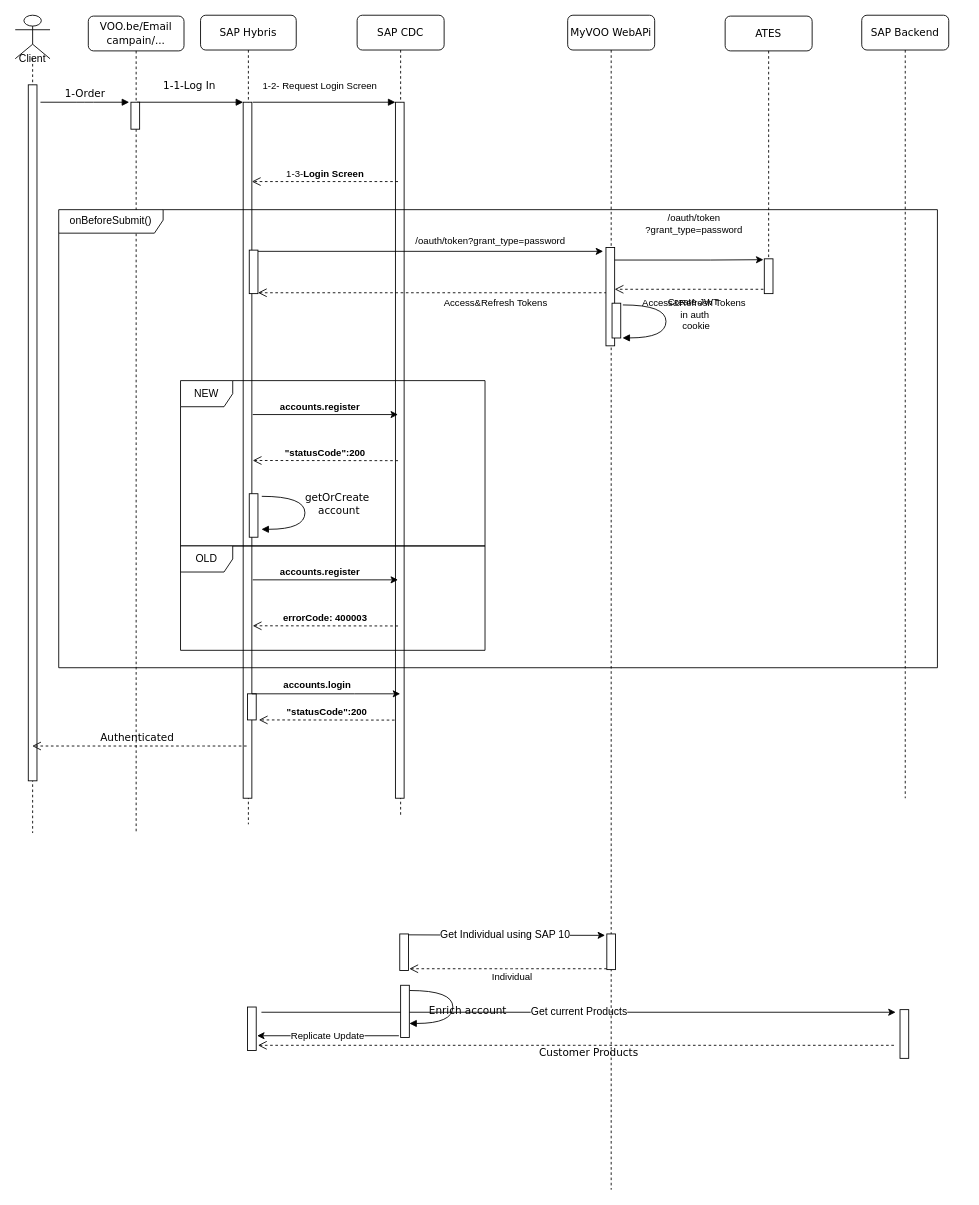
The draw.io diagram SignIn_from_cdc.drawio in MudBloodArchitekt/draw.io, before the edit. Source tidied: cells renumbered, new cells numbered last; positions are measured from the earlier drawing's top-left corner, leaving out a move shared by most shapes. Both pictures are drawn from the tidied source at 87%, with x=0, y=0 at pixel (15, 15).
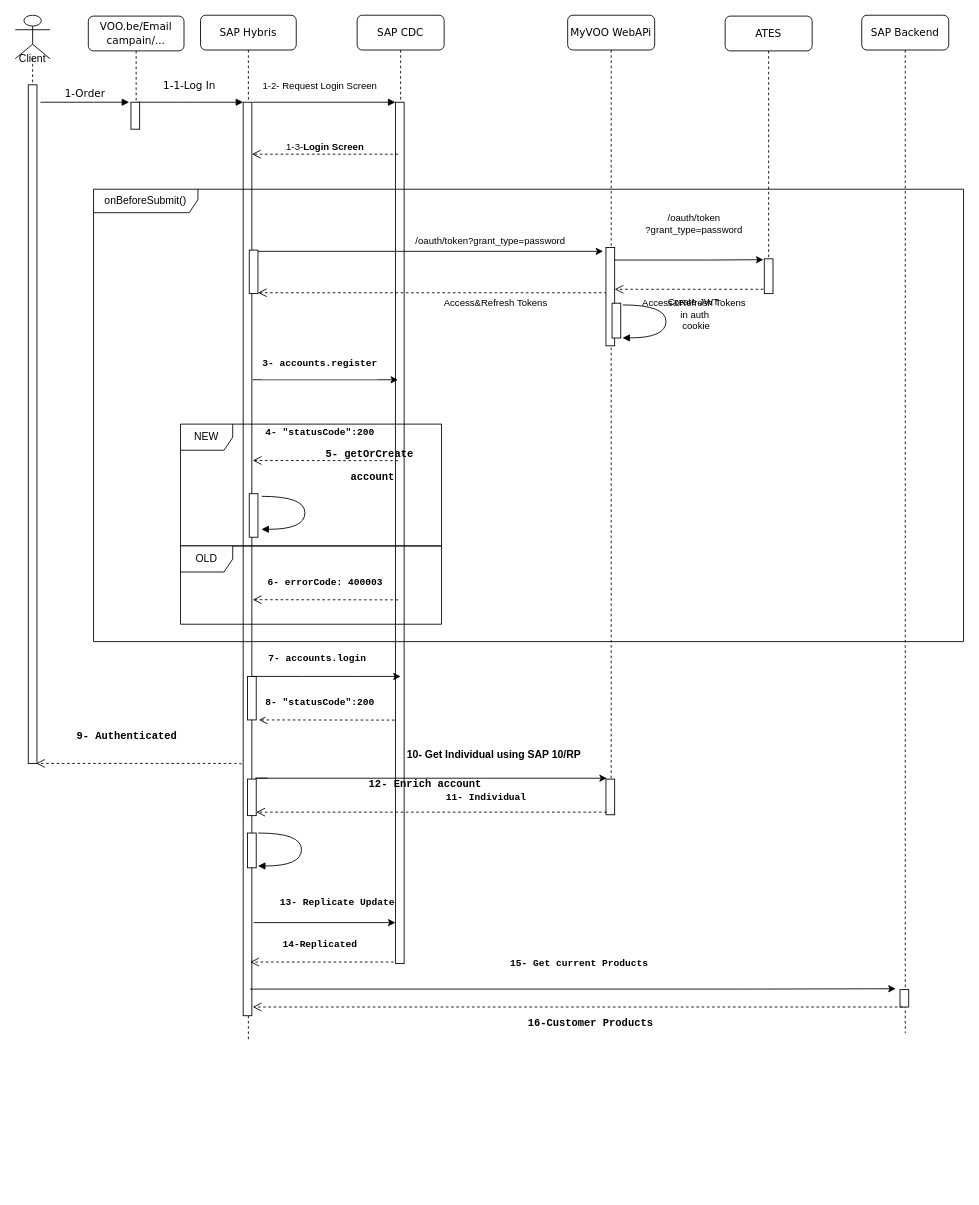
Above is the later version.

Change to the diagram source:
```diff
@@
     <mxCell id="2" value="SAP Hybris" style="shape=umlLifeline;perimeter=lifelinePerimeter;whiteSpace=wrap;html=1;rounded=1;shadow=0;comic=0;labelBackgroundColor=none;strokeWidth=1;fontFamily=Verdana;fontSize=12;align=center;" parent="1" vertex="1">
-      <mxGeometry x="213" width="110" height="930" as="geometry" />
+      <mxGeometry x="213" width="110" height="1180" as="geometry" />
     </mxCell>
     <mxCell id="3" style="html=1;points=[];perimeter=orthogonalPerimeter;rounded=0;shadow=0;comic=0;labelBackgroundColor=none;strokeWidth=1;fontFamily=Verdana;fontSize=12;align=center;" parent="2" vertex="1">
-      <mxGeometry x="49" y="100" width="10" height="800" as="geometry" />
+      <mxGeometry x="49" y="100" width="10" height="1050" as="geometry" />
     </mxCell>
-    <mxCell id="4" style="html=1;perimeter=orthogonalPerimeter;rounded=0;shadow=0;comic=0;labelBackgroundColor=none;strokeWidth=1;fontFamily=Verdana;fontSize=12;align=center;" parent="2" vertex="1">
-      <mxGeometry x="54" y="1140" width="10" height="50" as="geometry" />
-    </mxCell>
     <mxCell id="5" style="html=1;perimeter=orthogonalPerimeter;" parent="2" vertex="1">
-      <mxGeometry x="54" y="780" width="10" height="30" as="geometry" />
+      <mxGeometry x="54" y="760" width="10" height="50" as="geometry" />
     </mxCell>
+    <mxCell id="27" style="html=1;points=[];perimeter=orthogonalPerimeter;rounded=0;shadow=0;comic=0;labelBackgroundColor=none;strokeWidth=1;fontFamily=Verdana;fontSize=12;align=center;" parent="2" vertex="1">
+      <mxGeometry x="54" y="878" width="10" height="42" as="geometry" />
+    </mxCell>
+    <mxCell id="32" style="html=1;perimeter=orthogonalPerimeter;rounded=0;shadow=0;comic=0;labelBackgroundColor=none;strokeWidth=1;fontFamily=Verdana;fontSize=12;align=center;" parent="2" vertex="1">
+      <mxGeometry x="54" y="940" width="10" height="40" as="geometry" />
+    </mxCell>
     <mxCell id="6" value="SAP CDC" style="shape=umlLifeline;perimeter=lifelinePerimeter;whiteSpace=wrap;html=1;rounded=1;shadow=0;comic=0;labelBackgroundColor=none;strokeWidth=1;fontFamily=Verdana;fontSize=12;align=center;" parent="1" vertex="1">
-      <mxGeometry x="393" width="100" height="920" as="geometry" />
+      <mxGeometry x="393" width="100" height="1090" as="geometry" />
     </mxCell>
     <mxCell id="7" style="html=1;points=[];perimeter=orthogonalPerimeter;" parent="6" vertex="1">
-      <mxGeometry x="44" y="100" width="10" height="800" as="geometry" />
+      <mxGeometry x="44" y="100" width="10" height="990" as="geometry" />
     </mxCell>
@@
     <mxCell id="11" value="Client" style="shape=umlLifeline;participant=umlActor;perimeter=lifelinePerimeter;whiteSpace=wrap;html=1;verticalAlign=top;spacingTop=36;size=50;" parent="1" vertex="1">
-      <mxGeometry width="40" height="940" as="geometry" />
+      <mxGeometry width="40" height="860" as="geometry" />
     </mxCell>
     <mxCell id="12" style="html=1;perimeter=orthogonalPerimeter;" parent="11" vertex="1">
-      <mxGeometry x="15" y="80" width="10" height="800" as="geometry" />
+      <mxGeometry x="15" y="80" width="10" height="780" as="geometry" />
     </mxCell>
@@
     <mxCell id="16" value="SAP Backend" style="shape=umlLifeline;perimeter=lifelinePerimeter;whiteSpace=wrap;html=1;rounded=1;shadow=0;comic=0;labelBackgroundColor=none;strokeWidth=1;fontFamily=Verdana;fontSize=12;align=center;gradientColor=#ffffff;" parent="1" vertex="1">
-      <mxGeometry x="973" width="100" height="900" as="geometry" />
+      <mxGeometry x="973" width="100" height="1170" as="geometry" />
     </mxCell>
     <mxCell id="17" style="html=1;points=[];perimeter=orthogonalPerimeter;rounded=0;shadow=0;comic=0;labelBackgroundColor=none;strokeWidth=1;fontFamily=Verdana;fontSize=12;align=center;" parent="1" vertex="1">
-      <mxGeometry x="1017" y="1143" width="10" height="56" as="geometry" />
+      <mxGeometry x="1017" y="1120" width="10" height="20" as="geometry" />
     </mxCell>
-    <mxCell id="18" value="Get current Products" style="edgeStyle=orthogonalEdgeStyle;rounded=0;orthogonalLoop=1;jettySize=auto;html=1;fontSize=12;" parent="1" edge="1">
-      <mxGeometry relative="1" as="geometry">
-        <mxPoint x="283" y="1146" as="sourcePoint" />
-        <mxPoint x="1012" y="1146" as="targetPoint" />
+    <mxCell id="18" value="&lt;pre&gt;&lt;font style=&quot;font-size: 11px&quot;&gt;&lt;b&gt;15- Get current Products&lt;/b&gt;&lt;/font&gt;&lt;/pre&gt;" style="edgeStyle=orthogonalEdgeStyle;rounded=0;orthogonalLoop=1;jettySize=auto;html=1;fontSize=12;exitX=0.8;exitY=0.949;exitDx=0;exitDy=0;exitPerimeter=0;" parent="1" edge="1">
+      <mxGeometry x="0.02" y="29" relative="1" as="geometry">
+        <mxPoint x="270" y="1119.4" as="sourcePoint" />
+        <mxPoint x="1012" y="1119" as="targetPoint" />
+        <Array as="points">
+          <mxPoint x="830" y="1119" />
+          <mxPoint x="830" y="1119" />
+        </Array>
       </mxGeometry>
     </mxCell>
-    <mxCell id="19" value="Customer Products" style="html=1;verticalAlign=bottom;endArrow=open;dashed=1;endSize=8;labelBackgroundColor=none;fontFamily=Verdana;fontSize=12;edgeStyle=elbowEdgeStyle;elbow=vertical;" parent="1" edge="1">
-      <mxGeometry x="-0.04" y="18" relative="1" as="geometry">
-        <mxPoint x="1010" y="1184" as="sourcePoint" />
-        <mxPoint x="279" y="1184" as="targetPoint" />
-      </mxGeometry>
+    <mxCell id="19" value="&lt;pre&gt;&lt;b&gt;&lt;font face=&quot;Courier New&quot;&gt;16-Customer Products&lt;/font&gt;&lt;/b&gt;&lt;/pre&gt;" style="html=1;verticalAlign=bottom;endArrow=open;dashed=1;endSize=8;labelBackgroundColor=none;fontFamily=Verdana;fontSize=12;edgeStyle=elbowEdgeStyle;elbow=vertical;exitX=0.3;exitY=1;exitDx=0;exitDy=0;exitPerimeter=0;entryX=1.1;entryY=0.99;entryDx=0;entryDy=0;entryPerimeter=0;" parent="1" edge="1" source="17" target="3">
+      <mxGeometry x="-0.04" y="40" relative="1" as="geometry" />
     </mxCell>
     <mxCell id="20" value="MyVOO WebAPi" style="shape=umlLifeline;perimeter=lifelinePerimeter;whiteSpace=wrap;html=1;rounded=1;shadow=0;comic=0;labelBackgroundColor=none;strokeWidth=1;fontFamily=Verdana;fontSize=12;align=center;gradientColor=#ffffff;" parent="1" vertex="1">
-      <mxGeometry x="635" width="100" height="1350" as="geometry" />
+      <mxGeometry x="635" width="100" height="920" as="geometry" />
     </mxCell>
     <mxCell id="21" style="html=1;points=[];perimeter=orthogonalPerimeter;rounded=0;shadow=0;comic=0;labelBackgroundColor=none;strokeWidth=1;fontFamily=Verdana;fontSize=12;align=center;" parent="20" vertex="1">
-      <mxGeometry x="45" y="1056" width="10" height="41" as="geometry" />
+      <mxGeometry x="44" y="878" width="10" height="41" as="geometry" />
     </mxCell>
     <mxCell id="22" style="edgeStyle=orthogonalEdgeStyle;rounded=0;orthogonalLoop=1;jettySize=auto;html=1;" parent="1" edge="1">
       <mxGeometry relative="1" as="geometry">
-        <mxPoint x="273" y="459" as="sourcePoint" />
-        <mxPoint x="440" y="459" as="targetPoint" />
+        <mxPoint x="273" y="419" as="sourcePoint" />
+        <mxPoint x="440" y="419" as="targetPoint" />
       </mxGeometry>
     </mxCell>
-    <mxCell id="23" value="&lt;b&gt;accounts.register&lt;/b&gt;" style="edgeLabel;html=1;align=center;verticalAlign=middle;" parent="22" vertex="1">
+    <mxCell id="23" value="&lt;pre&gt;&lt;b&gt;3- accounts.register&lt;/b&gt;&lt;/pre&gt;" style="edgeLabel;html=1;align=center;verticalAlign=middle;" parent="22" vertex="1">
       <mxGeometry x="-0.25" y="2" relative="1" as="geometry">
-        <mxPoint x="13" y="-8" as="offset" />
+        <mxPoint x="13" y="-17" as="offset" />
       </mxGeometry>
     </mxCell>
@@
-    <mxCell id="25" value="getOrCreate&lt;br&gt;&amp;nbsp;account" style="html=1;verticalAlign=bottom;endArrow=block;labelBackgroundColor=none;fontFamily=Verdana;fontSize=12;elbow=vertical;edgeStyle=orthogonalEdgeStyle;curved=1;entryX=1;entryY=0.286;entryPerimeter=0;" parent="1" edge="1">
-      <mxGeometry x="0.11" y="37" relative="1" as="geometry">
+    <mxCell id="25" value="&lt;pre&gt;&lt;b&gt;5- getOrCreate&lt;/b&gt;&lt;/pre&gt;&lt;pre&gt;&lt;b&gt;&amp;nbsp;account&lt;/b&gt;&lt;/pre&gt;" style="html=1;verticalAlign=bottom;endArrow=block;labelBackgroundColor=none;fontFamily=Verdana;fontSize=12;elbow=vertical;edgeStyle=orthogonalEdgeStyle;curved=1;entryX=1;entryY=0.286;entryPerimeter=0;" parent="1" edge="1">
+      <mxGeometry x="0.27" y="37" relative="1" as="geometry">
         <mxPoint x="283.4" y="553" as="sourcePoint" />
         <mxPoint x="283" y="590.9" as="targetPoint" />
         <Array as="points">
           <mxPoint x="333" y="552.9" />
           <mxPoint x="333" y="590.9" />
         </Array>
+        <mxPoint x="37" y="-37" as="offset" />
       </mxGeometry>
     </mxCell>
-    <mxCell id="26" value="Get Individual using SAP 10" style="edgeStyle=orthogonalEdgeStyle;rounded=0;jettySize=auto;html=1;fontSize=12;entryX=-0.2;entryY=0.039;entryDx=0;entryDy=0;entryPerimeter=0;" parent="1" edge="1" target="21">
-      <mxGeometry relative="1" as="geometry">
-        <mxPoint x="447" y="1057" as="sourcePoint" />
+    <mxCell id="26" value="&lt;pre&gt;&lt;font face=&quot;Helvetica&quot;&gt;&lt;b&gt;10- Get Individual using SAP 10/RP&lt;/b&gt;&lt;/font&gt;&lt;/pre&gt;" style="edgeStyle=orthogonalEdgeStyle;rounded=0;orthogonalLoop=1;jettySize=auto;html=1;fontSize=12;" parent="1" edge="1">
+      <mxGeometry x="0.38" y="27" relative="1" as="geometry">
+        <mxPoint x="290" y="877" as="sourcePoint" />
+        <mxPoint x="680" y="877" as="targetPoint" />
+        <Array as="points">
+          <mxPoint x="276" y="877" />
+        </Array>
       </mxGeometry>
     </mxCell>
-    <mxCell id="27" style="html=1;points=[];perimeter=orthogonalPerimeter;rounded=0;shadow=0;comic=0;labelBackgroundColor=none;strokeWidth=1;fontFamily=Verdana;fontSize=12;align=center;" parent="1" vertex="1">
-      <mxGeometry x="442" y="1056" width="10" height="42" as="geometry" />
-    </mxCell>
-    <mxCell id="28" value="Individual" style="html=1;verticalAlign=bottom;endArrow=open;dashed=1;endSize=8;labelBackgroundColor=none;fontFamily=Helvetica;fontSize=11;edgeStyle=elbowEdgeStyle;elbow=vertical;" parent="1" edge="1">
-      <mxGeometry x="-0.04" y="18" relative="1" as="geometry">
-        <mxPoint x="680" y="1096" as="sourcePoint" />
-        <mxPoint x="453" y="1096" as="targetPoint" />
+    <mxCell id="28" value="&lt;pre&gt;&lt;b&gt;11- Individual&lt;/b&gt;&lt;/pre&gt;" style="html=1;verticalAlign=bottom;endArrow=open;dashed=1;endSize=8;labelBackgroundColor=none;fontFamily=Helvetica;fontSize=11;edgeStyle=elbowEdgeStyle;elbow=vertical;" parent="1" edge="1" target="27">
+      <mxGeometry x="-0.31" y="4" relative="1" as="geometry">
+        <mxPoint x="680" y="916" as="sourcePoint" />
       </mxGeometry>
     </mxCell>
     <mxCell id="29" value="VOO.be/Email campain/..." style="shape=umlLifeline;perimeter=lifelinePerimeter;whiteSpace=wrap;html=1;rounded=1;shadow=0;comic=0;labelBackgroundColor=none;strokeWidth=1;fontFamily=Verdana;fontSize=12;align=center;" parent="1" vertex="1">
-      <mxGeometry x="84" y="1" width="110" height="939" as="geometry" />
+      <mxGeometry x="84" y="1" width="110" height="129" as="geometry" />
     </mxCell>
@@
-    <mxCell id="32" style="html=1;perimeter=orthogonalPerimeter;rounded=0;shadow=0;comic=0;labelBackgroundColor=none;strokeWidth=1;fontFamily=Verdana;fontSize=12;align=center;" parent="1" vertex="1">
-      <mxGeometry x="443" y="1115" width="10" height="60" as="geometry" />
-    </mxCell>
-    <mxCell id="33" value="Enrich account" style="html=1;verticalAlign=bottom;endArrow=block;labelBackgroundColor=none;fontFamily=Verdana;fontSize=12;elbow=vertical;edgeStyle=orthogonalEdgeStyle;curved=1;entryX=1;entryY=0.286;entryPerimeter=0;" parent="1" edge="1">
-      <mxGeometry x="0.19" y="17" relative="1" as="geometry">
-        <mxPoint x="453.4" y="1121" as="sourcePoint" />
-        <mxPoint x="453" y="1158.9" as="targetPoint" />
+    <mxCell id="33" value="&lt;pre&gt;&lt;b&gt;12- Enrich account&lt;/b&gt;&lt;/pre&gt;" style="html=1;verticalAlign=bottom;endArrow=block;labelBackgroundColor=none;fontFamily=Verdana;fontSize=12;elbow=vertical;edgeStyle=orthogonalEdgeStyle;curved=1;entryX=1;entryY=0.286;entryPerimeter=0;" parent="1" edge="1">
+      <mxGeometry x="0.27" y="71" relative="1" as="geometry">
+        <mxPoint x="279.4" y="940" as="sourcePoint" />
+        <mxPoint x="279" y="977.9" as="targetPoint" />
         <Array as="points">
-          <mxPoint x="503" y="1120.9" />
-          <mxPoint x="503" y="1158.9" />
+          <mxPoint x="329" y="940" />
+          <mxPoint x="329" y="978" />
         </Array>
+        <mxPoint x="71" y="-71" as="offset" />
       </mxGeometry>
     </mxCell>
-    <mxCell id="34" value="Replicate Update" style="edgeStyle=orthogonalEdgeStyle;rounded=0;orthogonalLoop=1;jettySize=auto;html=1;" parent="1" edge="1">
-      <mxGeometry relative="1" as="geometry">
-        <mxPoint x="441" y="1173" as="sourcePoint" />
-        <mxPoint x="278" y="1173" as="targetPoint" />
+    <mxCell id="34" value="&lt;pre&gt;&lt;b&gt;13- Replicate Update&lt;/b&gt;&lt;/pre&gt;" style="edgeStyle=orthogonalEdgeStyle;rounded=0;orthogonalLoop=1;jettySize=auto;html=1;" parent="1" edge="1">
+      <mxGeometry x="0.18" y="23" relative="1" as="geometry">
+        <mxPoint x="274" y="1043" as="sourcePoint" />
+        <mxPoint x="437" y="1043" as="targetPoint" />
       </mxGeometry>
     </mxCell>
@@
-    <mxCell id="40" value="1-3-&lt;b&gt;Login Screen&lt;/b&gt;" style="html=1;verticalAlign=bottom;endArrow=open;dashed=1;endSize=8;exitX=0.3;exitY=0.114;exitDx=0;exitDy=0;exitPerimeter=0;" parent="1" edge="1" source="7" target="3">
-      <mxGeometry relative="1" as="geometry" />
+    <mxCell id="40" value="1-3-&lt;b&gt;Login Screen&lt;/b&gt;" style="html=1;verticalAlign=bottom;endArrow=open;dashed=1;endSize=8;exitX=0.3;exitY=0.114;exitDx=0;exitDy=0;exitPerimeter=0;" parent="1" edge="1">
+      <mxGeometry relative="1" as="geometry">
+        <mxPoint x="440" y="159.7" as="sourcePoint" />
+        <mxPoint x="272" y="159.7" as="targetPoint" />
+      </mxGeometry>
     </mxCell>
@@
     <mxCell id="42" value="&lt;span lang=&quot;fr&quot;&gt;onBeforeSubmit()&lt;br&gt;&lt;/span&gt;" style="shape=umlFrame;whiteSpace=wrap;html=1;width=120;height=27;" parent="1" vertex="1">
-      <mxGeometry x="50" y="223.5" width="1010" height="526.5" as="geometry" />
+      <mxGeometry x="90" y="200" width="1000" height="520" as="geometry" />
     </mxCell>
-    <mxCell id="43" value="&lt;b&gt;&quot;statusCode&quot;:200&lt;/b&gt;" style="html=1;verticalAlign=bottom;endArrow=open;dashed=1;endSize=8;entryX=1.1;entryY=0.509;entryDx=0;entryDy=0;entryPerimeter=0;" parent="1" edge="1">
-      <mxGeometry relative="1" as="geometry">
+    <mxCell id="43" value="&lt;pre&gt;&lt;b&gt;4- &quot;statusCode&quot;:200&lt;/b&gt;&lt;/pre&gt;" style="html=1;verticalAlign=bottom;endArrow=open;dashed=1;endSize=8;entryX=1.1;entryY=0.509;entryDx=0;entryDy=0;entryPerimeter=0;" parent="1" edge="1">
+      <mxGeometry x="0.08" y="-12" relative="1" as="geometry">
         <mxPoint x="440" y="512" as="sourcePoint" />
         <mxPoint x="273" y="511.8" as="targetPoint" />
       </mxGeometry>
     </mxCell>
     <mxCell id="44" style="edgeStyle=orthogonalEdgeStyle;rounded=0;orthogonalLoop=1;jettySize=auto;html=1;" parent="1" edge="1">
       <mxGeometry relative="1" as="geometry">
-        <mxPoint x="272" y="780" as="sourcePoint" />
-        <mxPoint x="442.5" y="780" as="targetPoint" />
+        <mxPoint x="272" y="760" as="sourcePoint" />
+        <mxPoint x="443" y="760" as="targetPoint" />
         <Array as="points">
-          <mxPoint x="390" y="780" />
-          <mxPoint x="390" y="780" />
+          <mxPoint x="330" y="760" />
+          <mxPoint x="390" y="760" />
+          <mxPoint x="390" y="760" />
         </Array>
       </mxGeometry>
     </mxCell>
-    <mxCell id="45" value="&lt;b&gt;&lt;span&gt;&lt;span class=&quot;url-filename&quot;&gt;accounts.login&lt;/span&gt;&lt;/span&gt;&lt;/b&gt;" style="edgeLabel;html=1;align=center;verticalAlign=middle;" parent="1" vertex="1">
-      <mxGeometry x="349" y="830" as="geometry">
+    <mxCell id="45" value="&lt;pre&gt;&lt;b&gt;&lt;span&gt;&lt;span class=&quot;url-filename&quot;&gt;7- accounts.login&lt;/span&gt;&lt;/span&gt;&lt;/b&gt;&lt;/pre&gt;" style="edgeLabel;html=1;align=center;verticalAlign=middle;" parent="1" vertex="1">
+      <mxGeometry x="349" y="800" as="geometry">
         <mxPoint x="-3" y="-61" as="offset" />
       </mxGeometry>
     </mxCell>
-    <mxCell id="46" value="&lt;b&gt;&quot;statusCode&quot;:200&lt;/b&gt;" style="html=1;verticalAlign=bottom;endArrow=open;dashed=1;endSize=8;" parent="1" edge="1">
-      <mxGeometry relative="1" as="geometry">
+    <mxCell id="46" value="&lt;pre&gt;&lt;b&gt;8- &quot;statusCode&quot;:200&lt;/b&gt;&lt;/pre&gt;" style="html=1;verticalAlign=bottom;endArrow=open;dashed=1;endSize=8;" parent="1" edge="1">
+      <mxGeometry x="0.1" relative="1" as="geometry">
         <mxPoint x="436" y="810.2" as="sourcePoint" />
         <mxPoint x="280" y="810" as="targetPoint" />
       </mxGeometry>
     </mxCell>
     <mxCell id="47" value="NEW" style="shape=umlFrame;whiteSpace=wrap;html=1;" parent="1" vertex="1">
-      <mxGeometry x="190" y="420" width="350" height="190" as="geometry" />
+      <mxGeometry x="190" y="470" width="300" height="140" as="geometry" />
     </mxCell>
-    <mxCell id="48" value="Authenticated" style="html=1;verticalAlign=bottom;endArrow=open;dashed=1;endSize=8;labelBackgroundColor=none;fontFamily=Verdana;fontSize=12;edgeStyle=elbowEdgeStyle;elbow=vertical;" parent="1" edge="1">
-      <mxGeometry x="0.02" relative="1" as="geometry">
-        <mxPoint x="266" y="840" as="sourcePoint" />
-        <mxPoint x="19.5" y="840" as="targetPoint" />
+    <mxCell id="48" value="&lt;b&gt;&amp;nbsp;&lt;/b&gt;&lt;pre&gt;&lt;b&gt;9- Authenticated&lt;/b&gt;&lt;/pre&gt;" style="html=1;verticalAlign=bottom;endArrow=open;dashed=1;endSize=8;labelBackgroundColor=none;fontFamily=Verdana;fontSize=12;edgeStyle=elbowEdgeStyle;elbow=vertical;entryX=0.9;entryY=0.988;entryDx=0;entryDy=0;entryPerimeter=0;" parent="1" edge="1">
+      <mxGeometry x="0.12" y="-10" relative="1" as="geometry">
+        <mxPoint x="260" y="861" as="sourcePoint" />
+        <mxPoint x="24" y="860.8" as="targetPoint" />
         <Array as="points">
-          <mxPoint x="211" y="840" />
-          <mxPoint x="241" y="840" />
+          <mxPoint x="211" y="860" />
+          <mxPoint x="241" y="860" />
         </Array>
       </mxGeometry>
     </mxCell>
-    <mxCell id="49" style="edgeStyle=orthogonalEdgeStyle;rounded=0;orthogonalLoop=1;jettySize=auto;html=1;" parent="1" edge="1">
-      <mxGeometry relative="1" as="geometry">
-        <mxPoint x="273" y="649" as="sourcePoint" />
-        <mxPoint x="440" y="649" as="targetPoint" />
-      </mxGeometry>
-    </mxCell>
-    <mxCell id="50" value="&lt;b&gt;accounts.register&lt;/b&gt;" style="edgeLabel;html=1;align=center;verticalAlign=middle;" parent="49" vertex="1">
-      <mxGeometry x="-0.25" y="2" relative="1" as="geometry">
-        <mxPoint x="13" y="-8" as="offset" />
-      </mxGeometry>
-    </mxCell>
-    <mxCell id="51" value="&lt;b&gt;errorCode: 400003&lt;/b&gt;" style="html=1;verticalAlign=bottom;endArrow=open;dashed=1;endSize=8;entryX=1.1;entryY=0.509;entryDx=0;entryDy=0;entryPerimeter=0;" parent="1" edge="1">
+    <mxCell id="51" value="&lt;pre&gt;&lt;b&gt;6- errorCode: 400003&lt;/b&gt;&lt;/pre&gt;" style="html=1;verticalAlign=bottom;endArrow=open;dashed=1;endSize=8;entryX=1.1;entryY=0.509;entryDx=0;entryDy=0;entryPerimeter=0;" parent="1" edge="1">
       <mxGeometry relative="1" as="geometry">
-        <mxPoint x="440" y="702" as="sourcePoint" />
-        <mxPoint x="273" y="701.8" as="targetPoint" />
+        <mxPoint x="440" y="672" as="sourcePoint" />
+        <mxPoint x="273" y="671.8" as="targetPoint" />
       </mxGeometry>
     </mxCell>
     <mxCell id="52" value="OLD" style="shape=umlFrame;whiteSpace=wrap;html=1;" parent="1" vertex="1">
-      <mxGeometry x="190" y="610" width="350" height="120" as="geometry" />
+      <mxGeometry x="190" y="610" width="300" height="90" as="geometry" />
     </mxCell>
+    <mxCell id="53" value="&lt;pre&gt;&lt;b&gt;14-Replicated&lt;/b&gt;&lt;/pre&gt;" style="html=1;verticalAlign=bottom;endArrow=open;dashed=1;endSize=8;exitX=-0.2;exitY=0.927;exitDx=0;exitDy=0;exitPerimeter=0;entryX=0.8;entryY=0.927;entryDx=0;entryDy=0;entryPerimeter=0;" parent="1" edge="1">
+      <mxGeometry x="0.03" relative="1" as="geometry">
+        <mxPoint x="435" y="1088.3" as="sourcePoint" />
+        <mxPoint x="270" y="1088.3" as="targetPoint" />
+      </mxGeometry>
+    </mxCell>
```
